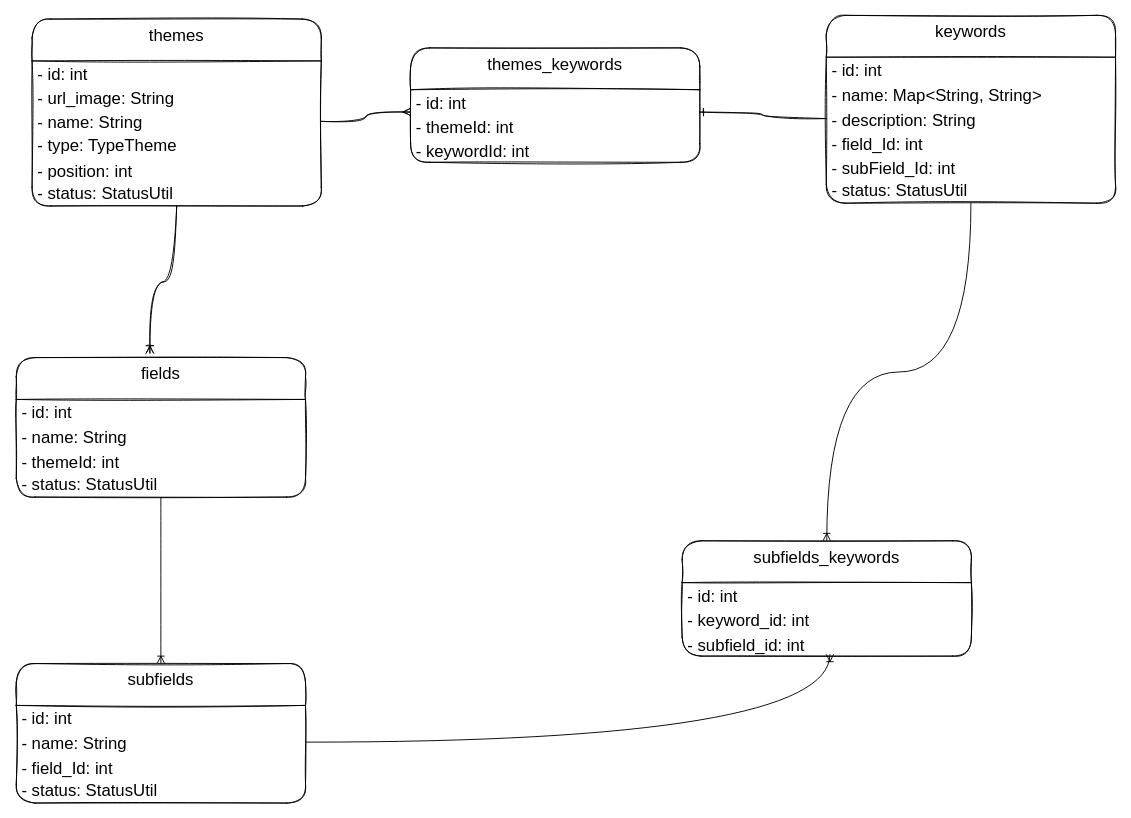
daoanhthanh/drawio keeps this draw.io diagram as work/schumpeter/Untitled Diagram.drawio. Above is the earlier version. Source tidied: cells renumbered, new cells numbered last; positions are measured from the earlier drawing's top-left corner, leaving out a move shared by most shapes. Both pictures are drawn from the tidied source at 93%, with x=0, y=0 at pixel (16, 15).
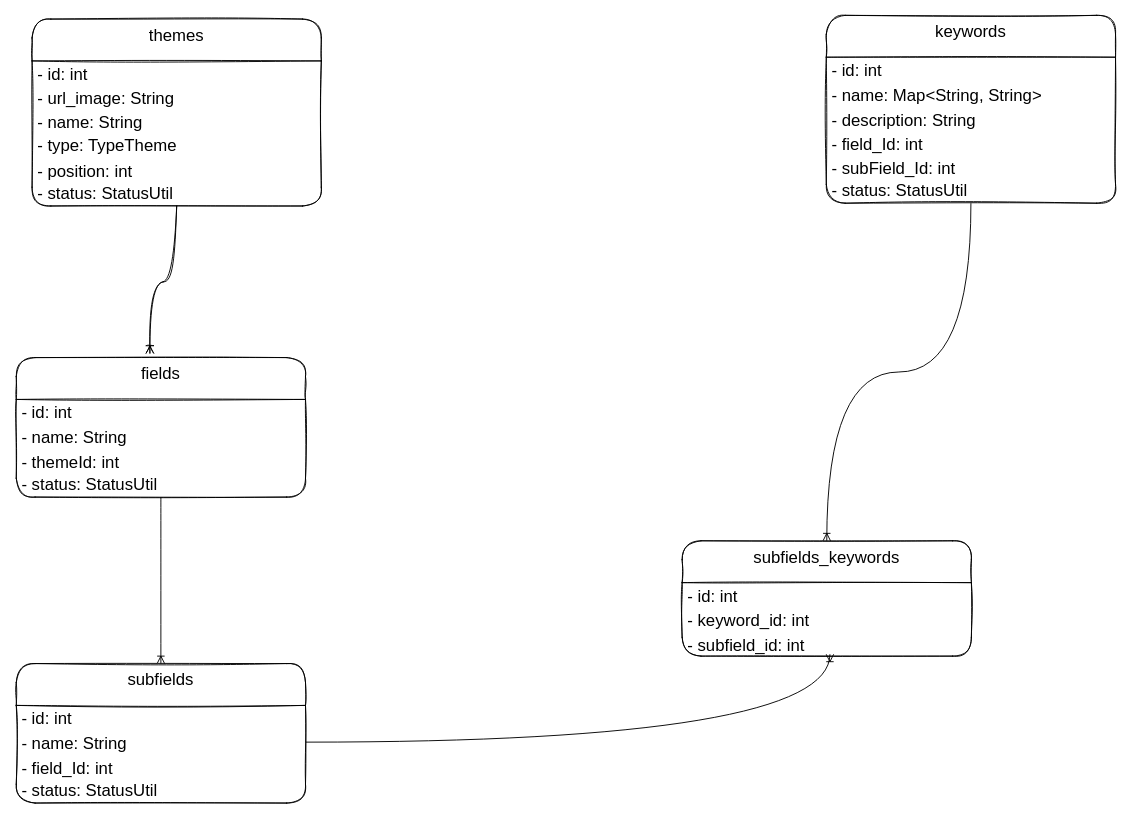
The same page after the edit.

Unchanged cells that the change refers to:
```xml
<mxCell id="6" value="- name: String" style="text;strokeColor=none;fillColor=none;align=left;verticalAlign=middle;spacingLeft=4;spacingRight=4;overflow=hidden;points=[[0,0.5],[1,0.5]];portConstraint=eastwest;fontSize=18;sketch=1;rounded=1;" parent="3" vertex="1">
  <mxGeometry y="97" width="311" height="26" as="geometry" />
</mxCell>
<mxCell id="14" value="- description: String" style="text;strokeColor=none;fillColor=none;align=left;verticalAlign=middle;spacingLeft=4;spacingRight=4;overflow=hidden;points=[[0,0.5],[1,0.5]];portConstraint=eastwest;fontSize=18;sketch=1;rounded=1;" parent="11" vertex="1">
  <mxGeometry y="98" width="311" height="26" as="geometry" />
</mxCell>
```

What changed in the source:
```diff
@@
-    <mxCell id="18" value="themes_keywords&#10;&#10;" style="swimlane;fontStyle=0;horizontal=1;startSize=45;fillColor=none;verticalAlign=top;fontSize=18;sketch=1;rounded=1;" parent="1" vertex="1">
-      <mxGeometry x="424" y="35" width="311" height="123" as="geometry" />
-    </mxCell>
-    <mxCell id="19" value="- id: int" style="text;strokeColor=none;fillColor=none;align=left;verticalAlign=middle;spacingLeft=4;spacingRight=4;overflow=hidden;fontSize=18;sketch=1;rounded=1;" parent="18" vertex="1">
-      <mxGeometry y="45" width="311" height="26" as="geometry" />
-    </mxCell>
-    <mxCell id="20" value="- themeId: int" style="text;strokeColor=none;fillColor=none;align=left;verticalAlign=middle;spacingLeft=4;spacingRight=4;overflow=hidden;points=[[0,0.5],[1,0.5]];portConstraint=eastwest;fontSize=18;sketch=1;rounded=1;" parent="18" vertex="1">
-      <mxGeometry y="71" width="311" height="26" as="geometry" />
-    </mxCell>
-    <mxCell id="21" value="- keywordId: int" style="text;strokeColor=none;fillColor=none;align=left;verticalAlign=middle;spacingLeft=4;spacingRight=4;overflow=hidden;fontSize=18;sketch=1;rounded=1;" parent="18" vertex="1">
-      <mxGeometry y="97" width="311" height="26" as="geometry" />
-    </mxCell>
-    <mxCell id="22" style="edgeStyle=orthogonalEdgeStyle;curved=1;jettySize=auto;html=1;entryX=0;entryY=-0.077;entryDx=0;entryDy=0;entryPerimeter=0;fontSize=18;endArrow=ERmany;endFill=0;strokeWidth=1;sketch=1;" parent="1" edge="1" source="6" target="20">
-      <mxGeometry relative="1" as="geometry" />
-    </mxCell>
-    <mxCell id="23" style="edgeStyle=orthogonalEdgeStyle;curved=1;jettySize=auto;html=1;entryX=1;entryY=-0.077;entryDx=0;entryDy=0;entryPerimeter=0;fontSize=18;endArrow=ERone;endFill=0;sketch=1;" parent="1" edge="1" source="14" target="20">
-      <mxGeometry relative="1" as="geometry" />
-    </mxCell>
```
